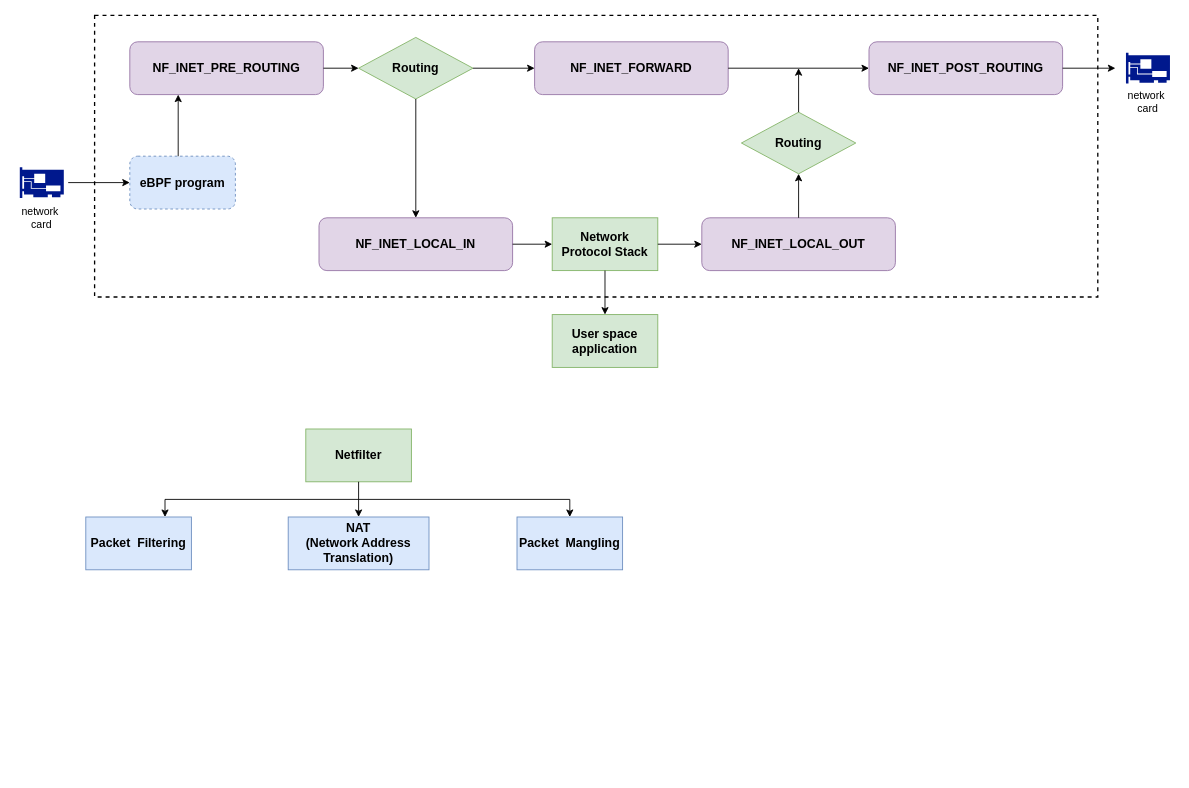
Earlier version of the draw.io diagram netfilter.drawio (baoqger/drawing.io). Source tidied: cells renumbered, new cells numbered last; positions are measured from the earlier drawing's top-left corner, leaving out a move shared by most shapes. Both pictures are drawn from the tidied source at 88%, with x=0, y=0 at pixel (15, 15).
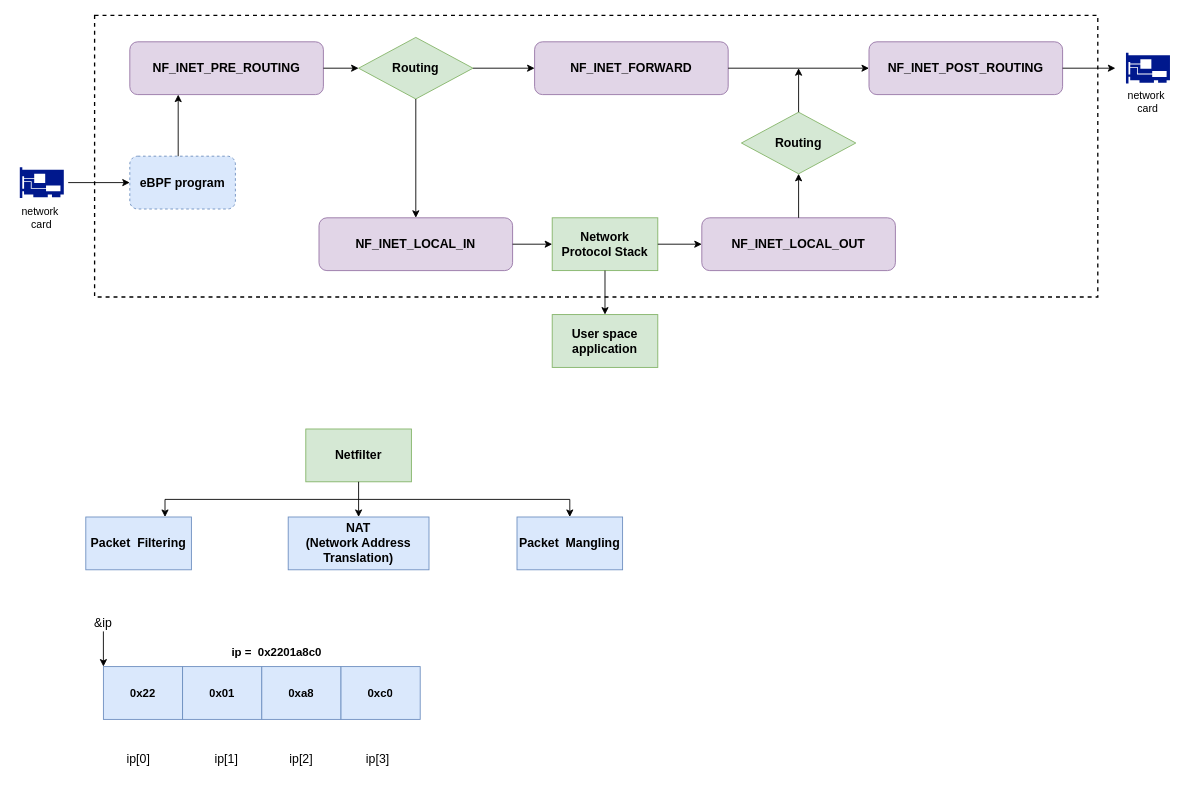
The same diagram, later.

The edit, as a diff of the source:
```diff
@@
+    <mxCell id="36" value="&lt;pre style=&quot;margin-top: 0px; margin-bottom: calc(var(--s-prose-spacing) + 0.4em); padding: var(--su12); border: 0px; font-variant-numeric: inherit; font-variant-east-asian: inherit; font-stretch: inherit; line-height: var(--lh-md); font-family: var(--ff-mono); font-size: var(--fs-body1); vertical-align: baseline; box-sizing: inherit; width: auto; max-height: 600px; overflow: auto; background-color: var(--highlight-bg); border-radius: var(--br-md); color: var(--highlight-color); overflow-wrap: normal; text-align: left;&quot; class=&quot;lang-c s-code-block&quot;&gt;&lt;code style=&quot;margin: 0px; padding: 0px; border: 0px; font-style: inherit; font-variant: inherit; font-stretch: inherit; line-height: inherit; font-family: inherit; font-size: var(--fs-body1); vertical-align: baseline; box-sizing: inherit; background-color: transparent;&quot; class=&quot;hljs language-c&quot;&gt;&lt;span style=&quot;margin: 0px; padding: 0px; border: 0px; font-style: inherit; font-variant: inherit; font-stretch: inherit; line-height: inherit; font-family: inherit; font-size: 13px; vertical-align: baseline; box-sizing: inherit; color: var(--highlight-comment);&quot; class=&quot;hljs-comment&quot;&gt;0x22&lt;/span&gt;&lt;/code&gt;&lt;/pre&gt;" style="rounded=0;whiteSpace=wrap;html=1;fillColor=#dae8fc;strokeColor=#6c8ebf;fontStyle=1;" parent="1" vertex="1">
+      <mxGeometry x="100" y="740" width="90" height="60" as="geometry" />
+    </mxCell>
+    <mxCell id="37" value="&lt;pre style=&quot;margin-top: 0px; margin-bottom: calc(var(--s-prose-spacing) + 0.4em); padding: var(--su12); border: 0px; font-variant-numeric: inherit; font-variant-east-asian: inherit; font-stretch: inherit; line-height: var(--lh-md); font-family: var(--ff-mono); font-size: var(--fs-body1); vertical-align: baseline; box-sizing: inherit; width: auto; max-height: 600px; overflow: auto; background-color: var(--highlight-bg); border-radius: var(--br-md); color: var(--highlight-color); overflow-wrap: normal; text-align: left;&quot; class=&quot;lang-c s-code-block&quot;&gt;&lt;code style=&quot;margin: 0px; padding: 0px; border: 0px; font-style: inherit; font-variant: inherit; font-stretch: inherit; line-height: inherit; font-family: inherit; font-size: var(--fs-body1); vertical-align: baseline; box-sizing: inherit; background-color: transparent;&quot; class=&quot;hljs language-c&quot;&gt;&lt;span style=&quot;margin: 0px; padding: 0px; border: 0px; font-style: inherit; font-variant: inherit; font-stretch: inherit; line-height: inherit; font-family: inherit; font-size: 13px; vertical-align: baseline; box-sizing: inherit; color: var(--highlight-comment);&quot; class=&quot;hljs-comment&quot;&gt;0x01&lt;/span&gt;&lt;/code&gt;&lt;/pre&gt;" style="rounded=0;whiteSpace=wrap;html=1;fillColor=#dae8fc;strokeColor=#6c8ebf;fontStyle=1;" parent="1" vertex="1">
+      <mxGeometry x="190" y="740" width="90" height="60" as="geometry" />
+    </mxCell>
+    <mxCell id="38" value="&lt;pre style=&quot;margin-top: 0px; margin-bottom: calc(var(--s-prose-spacing) + 0.4em); padding: var(--su12); border: 0px; font-variant-numeric: inherit; font-variant-east-asian: inherit; font-stretch: inherit; line-height: var(--lh-md); font-family: var(--ff-mono); font-size: var(--fs-body1); vertical-align: baseline; box-sizing: inherit; width: auto; max-height: 600px; overflow: auto; background-color: var(--highlight-bg); border-radius: var(--br-md); color: var(--highlight-color); overflow-wrap: normal; text-align: left;&quot; class=&quot;lang-c s-code-block&quot;&gt;&lt;code style=&quot;margin: 0px; padding: 0px; border: 0px; font-style: inherit; font-variant: inherit; font-stretch: inherit; line-height: inherit; font-family: inherit; font-size: var(--fs-body1); vertical-align: baseline; box-sizing: inherit; background-color: transparent;&quot; class=&quot;hljs language-c&quot;&gt;&lt;span style=&quot;margin: 0px; padding: 0px; border: 0px; font-style: inherit; font-variant: inherit; font-stretch: inherit; line-height: inherit; font-family: inherit; font-size: 13px; vertical-align: baseline; box-sizing: inherit; color: var(--highlight-comment);&quot; class=&quot;hljs-comment&quot;&gt;0xa8&lt;/span&gt;&lt;/code&gt;&lt;/pre&gt;" style="rounded=0;whiteSpace=wrap;html=1;fillColor=#dae8fc;strokeColor=#6c8ebf;fontStyle=1;" parent="1" vertex="1">
+      <mxGeometry x="280" y="740" width="90" height="60" as="geometry" />
+    </mxCell>
+    <mxCell id="39" value="&lt;pre style=&quot;margin-top: 0px; margin-bottom: calc(var(--s-prose-spacing) + 0.4em); padding: var(--su12); border: 0px; font-variant-numeric: inherit; font-variant-east-asian: inherit; font-stretch: inherit; line-height: var(--lh-md); font-family: var(--ff-mono); font-size: var(--fs-body1); vertical-align: baseline; box-sizing: inherit; width: auto; max-height: 600px; overflow: auto; background-color: var(--highlight-bg); border-radius: var(--br-md); color: var(--highlight-color); overflow-wrap: normal; text-align: left;&quot; class=&quot;lang-c s-code-block&quot;&gt;&lt;code style=&quot;margin: 0px; padding: 0px; border: 0px; font-style: inherit; font-variant: inherit; font-stretch: inherit; line-height: inherit; font-family: inherit; font-size: var(--fs-body1); vertical-align: baseline; box-sizing: inherit; background-color: transparent;&quot; class=&quot;hljs language-c&quot;&gt;&lt;span style=&quot;margin: 0px; padding: 0px; border: 0px; font-style: inherit; font-variant: inherit; font-stretch: inherit; line-height: inherit; font-family: inherit; font-size: 13px; vertical-align: baseline; box-sizing: inherit; color: var(--highlight-comment);&quot; class=&quot;hljs-comment&quot;&gt;0xc0&lt;/span&gt;&lt;/code&gt;&lt;/pre&gt;" style="rounded=0;whiteSpace=wrap;html=1;fillColor=#dae8fc;strokeColor=#6c8ebf;fontStyle=1;" parent="1" vertex="1">
+      <mxGeometry x="370" y="740" width="90" height="60" as="geometry" />
+    </mxCell>
+    <mxCell id="40" value="&lt;pre style=&quot;margin-top: 0px; margin-right: 0px; margin-bottom: calc(var(--s-prose-spacing) + 0.4em); margin-left: 0px; padding: var(--su12); border: 0px; font-style: normal; font-variant-ligatures: normal; font-variant-caps: normal; font-variant-numeric: inherit; font-variant-east-asian: inherit; font-stretch: inherit; line-height: var(--lh-md); font-family: var(--ff-mono); font-size: var(--fs-body1); vertical-align: baseline; box-sizing: inherit; width: auto; max-height: 600px; overflow: auto; background-color: var(--highlight-bg); border-radius: var(--br-md); color: var(--highlight-color); overflow-wrap: normal; letter-spacing: normal; orphans: 2; text-align: left; text-indent: 0px; text-transform: none; widows: 2; word-spacing: 0px; -webkit-text-stroke-width: 0px; text-decoration-thickness: initial; text-decoration-style: initial; text-decoration-color: initial;&quot; class=&quot;lang-c s-code-block&quot;&gt;&lt;code style=&quot;margin: 0px; padding: 0px; border: 0px; font-style: inherit; font-variant: inherit; font-stretch: inherit; line-height: inherit; font-family: inherit; font-size: var(--fs-body1); vertical-align: baseline; box-sizing: inherit; background-color: transparent;&quot; class=&quot;hljs language-c&quot;&gt;&lt;span style=&quot;margin: 0px; padding: 0px; border: 0px; font-style: inherit; font-variant: inherit; font-stretch: inherit; line-height: inherit; font-family: inherit; font-size: 13px; vertical-align: baseline; box-sizing: inherit; color: var(--highlight-comment);&quot; class=&quot;hljs-comment&quot;&gt;ip =  0x2201a8c0&lt;/span&gt;&lt;/code&gt;&lt;/pre&gt;" style="text;whiteSpace=wrap;html=1;fontStyle=1;" parent="1" vertex="1">
+      <mxGeometry x="244" y="709" width="116" height="40" as="geometry" />
+    </mxCell>
+    <mxCell id="41" value="&amp;amp;ip" style="text;html=1;strokeColor=none;fillColor=none;align=center;verticalAlign=middle;whiteSpace=wrap;rounded=0;fontSize=14;" parent="1" vertex="1">
+      <mxGeometry x="70" y="675" width="60" height="30" as="geometry" />
+    </mxCell>
+    <mxCell id="42" style="endArrow=classic;html=1;rounded=0;entryX=0;entryY=0;entryDx=0;entryDy=0;" parent="1" edge="1" target="36">
+      <mxGeometry relative="1" as="geometry">
+        <mxPoint x="100" y="700" as="sourcePoint" />
+      </mxGeometry>
+    </mxCell>
+    <mxCell id="43" value="ip[0]" style="text;html=1;strokeColor=none;fillColor=none;align=center;verticalAlign=middle;whiteSpace=wrap;rounded=0;fontSize=14;" parent="1" vertex="1">
+      <mxGeometry x="110" y="830" width="60" height="30" as="geometry" />
+    </mxCell>
+    <mxCell id="44" value="ip[1]" style="text;html=1;strokeColor=none;fillColor=none;align=center;verticalAlign=middle;whiteSpace=wrap;rounded=0;fontSize=14;" parent="1" vertex="1">
+      <mxGeometry x="210" y="830" width="60" height="30" as="geometry" />
+    </mxCell>
+    <mxCell id="45" value="ip[2]" style="text;html=1;strokeColor=none;fillColor=none;align=center;verticalAlign=middle;whiteSpace=wrap;rounded=0;fontSize=14;" parent="1" vertex="1">
+      <mxGeometry x="295" y="830" width="60" height="30" as="geometry" />
+    </mxCell>
+    <mxCell id="46" value="ip[3]" style="text;html=1;strokeColor=none;fillColor=none;align=center;verticalAlign=middle;whiteSpace=wrap;rounded=0;fontSize=14;" parent="1" vertex="1">
+      <mxGeometry x="382" y="830" width="60" height="30" as="geometry" />
+    </mxCell>
```
